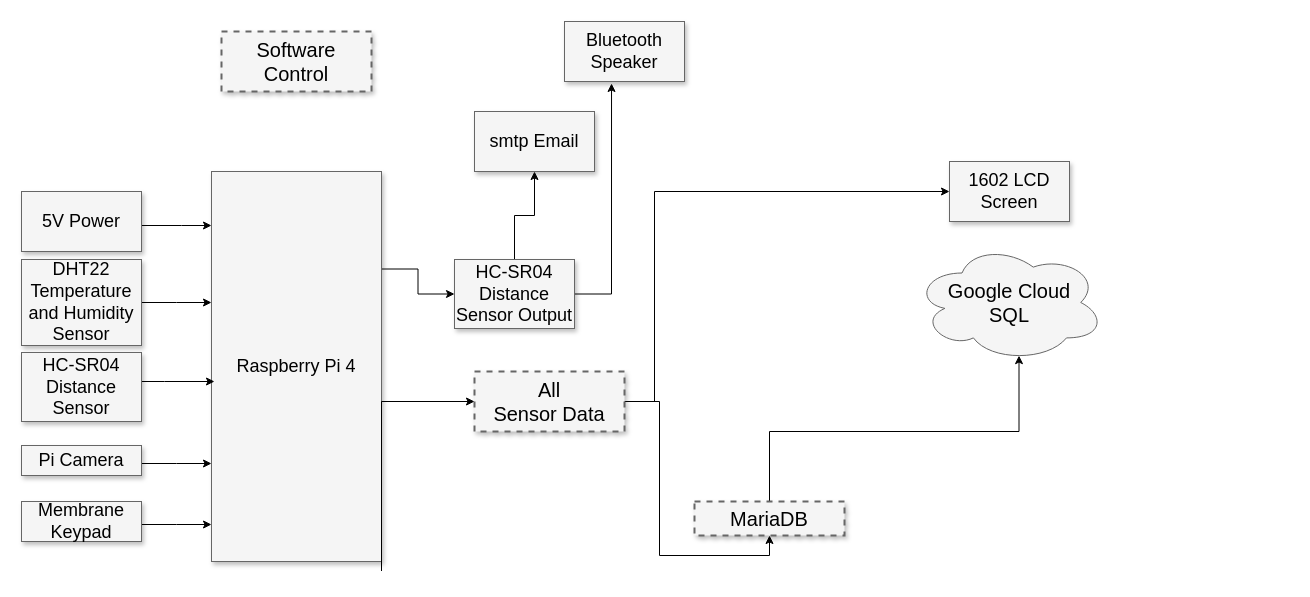
This is P1_Alarm_Block.drawio from Michael-Q-Ly/EE4201_IoT_Alarm_Clock, a draw.io file, before an edit. Source tidied: cells renumbered, new cells numbered last; positions are measured from the earlier drawing's top-left corner, leaving out a move shared by most shapes. Both pictures are drawn from the tidied source at 100%, with x=0, y=0 at pixel (21, 21).
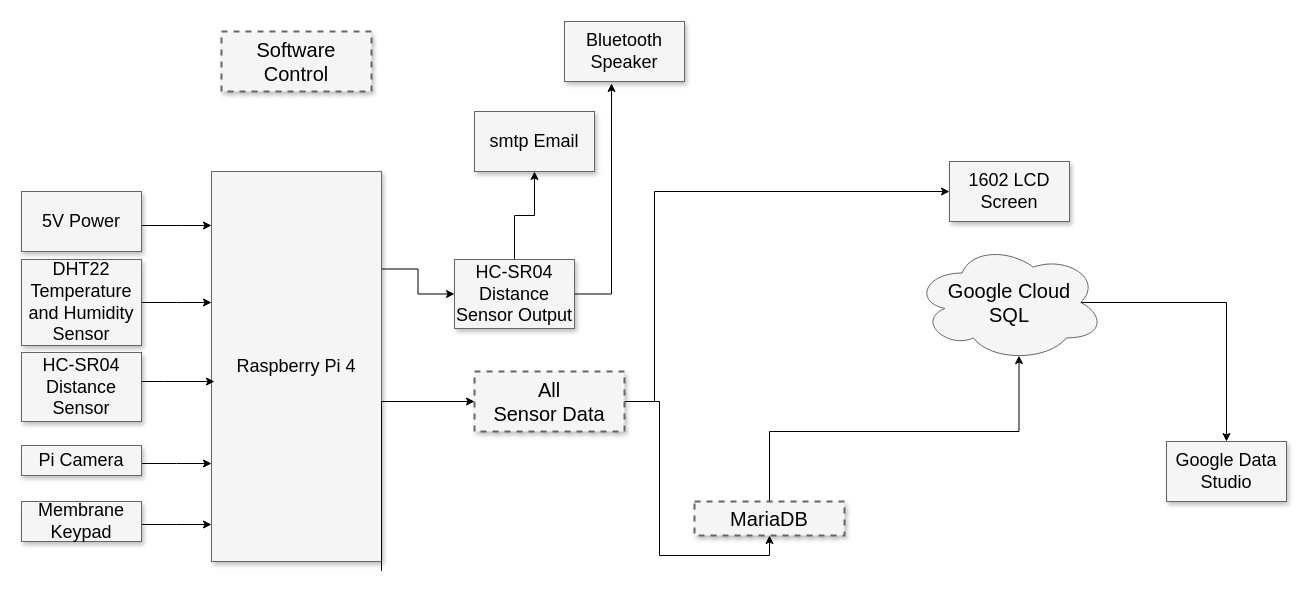
After the change.

Unchanged cells that the change refers to:
```xml
<mxCell id="20" value="&lt;div style=&quot;font-size: 20px&quot;&gt;&lt;font style=&quot;font-size: 20px&quot;&gt;Google Cloud&lt;/font&gt;&lt;/div&gt;&lt;div style=&quot;font-size: 20px&quot;&gt;&lt;font style=&quot;font-size: 20px&quot;&gt;SQL&lt;/font&gt;&lt;/div&gt;" style="ellipse;shape=cloud;whiteSpace=wrap;html=1;strokeColor=#666666;fillColor=#F5F5F5;" parent="1" vertex="1">
  <mxGeometry x="893" y="222" width="190" height="118" as="geometry" />
</mxCell>
```

The edit, as a diff of the source:
```diff
@@
+    <mxCell id="28" style="edgeStyle=orthogonalEdgeStyle;rounded=0;jettySize=auto;html=1;exitX=0.875;exitY=0.5;exitDx=0;exitDy=0;exitPerimeter=0;fontSize=20;" parent="1" edge="1" source="20" target="29">
+      <mxGeometry relative="1" as="geometry" />
+    </mxCell>
@@
+    <mxCell id="29" value="Google Data Studio" style="whiteSpace=wrap;html=1;shadow=1;fontSize=18;fillColor=#f5f5f5;strokeColor=#666666;" parent="1" vertex="1">
+      <mxGeometry x="1145" y="420" width="120" height="60" as="geometry" />
+    </mxCell>
```
